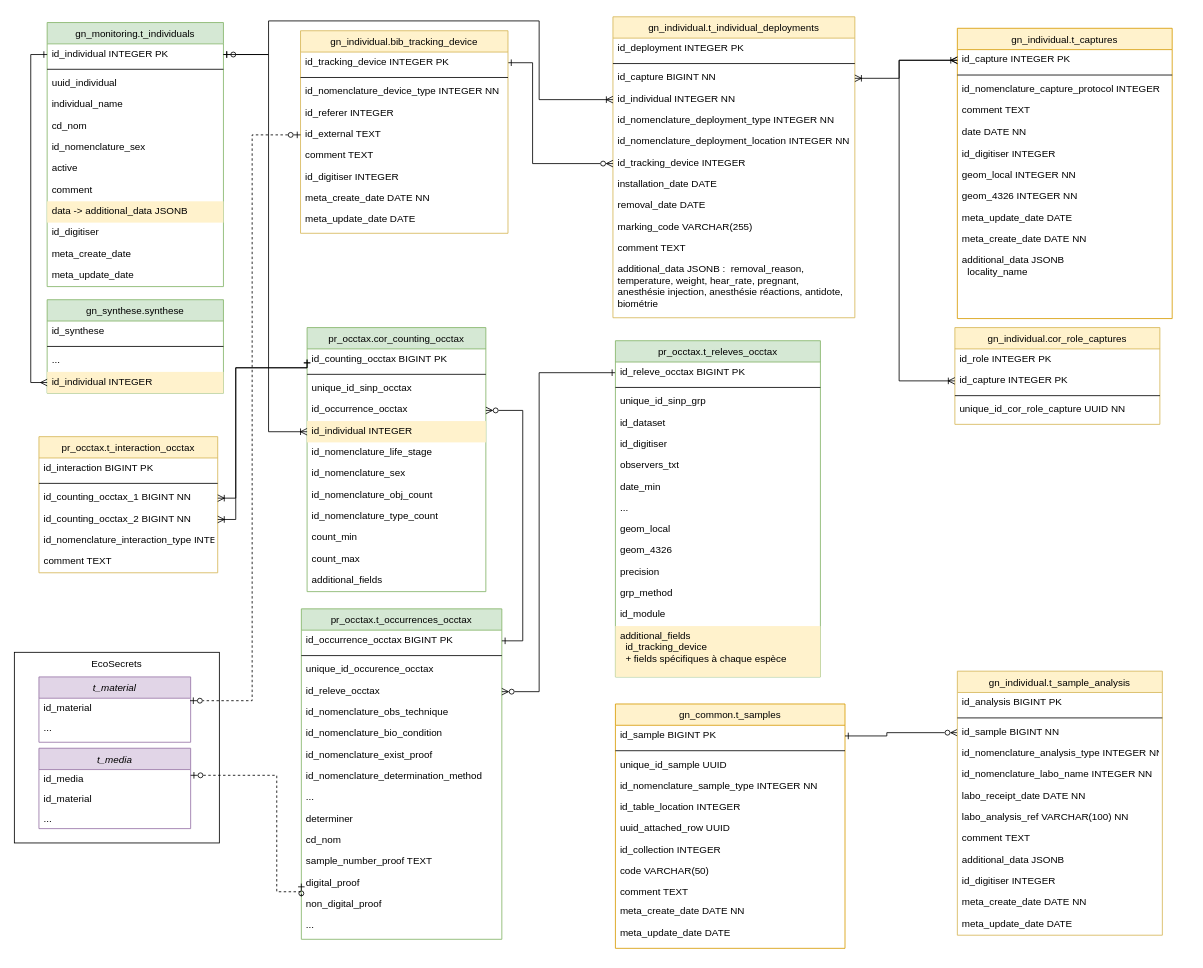
The draw.io diagram cahier-des-charges/MCD/V4-gn/gestion-individus_v4-3.drawio in PnVanoise/gestion-individus, before the edit. Source tidied: cells renumbered, new cells numbered last; positions are measured from the earlier drawing's top-left corner, leaving out a move shared by most shapes. Both pictures are drawn from the tidied source at 82%, with x=0, y=0 at pixel (14, 16).
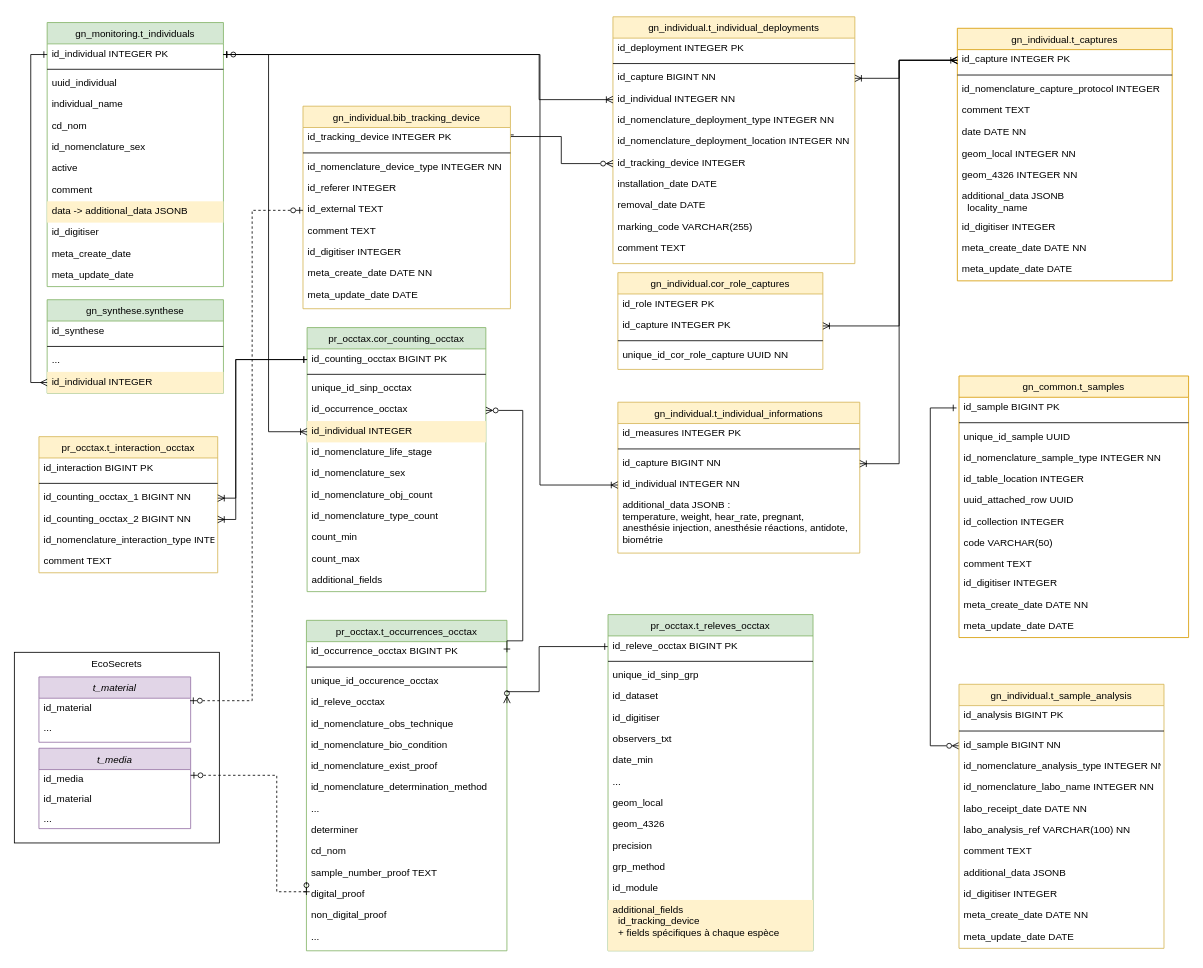
The same page after the edit.

Commit message (it also covers changes not shown here):
doc: update individuals and samples data model descriptions

Unchanged cells that the change refers to:
```xml
<mxCell id="3" value="id_counting_occtax BIGINT PK" style="shape=partialRectangle;top=0;left=0;right=0;bottom=0;align=left;verticalAlign=top;spacingTop=-2;fillColor=none;spacingLeft=4;spacingRight=4;overflow=hidden;points=[[0,0.5],[1,0.5]];portConstraint=eastwest;fontStyle=0;textShadow=0;" parent="2" vertex="1">
  <mxGeometry y="26" width="218" height="26" as="geometry" />
</mxCell>
<mxCell id="16" value="id_individual INTEGER PK" style="shape=partialRectangle;top=0;left=0;right=0;bottom=0;align=left;verticalAlign=top;spacingTop=-2;fillColor=none;spacingLeft=4;spacingRight=4;overflow=hidden;points=[[0,0.5],[1,0.5]];portConstraint=eastwest;fontStyle=0;textShadow=0;" parent="15" vertex="1">
  <mxGeometry y="26" width="215" height="26" as="geometry" />
</mxCell>
<mxCell id="32" value="id_releve_occtax" style="shape=partialRectangle;top=0;left=0;right=0;bottom=0;align=left;verticalAlign=top;spacingTop=-2;fillColor=none;spacingLeft=4;spacingRight=4;overflow=hidden;points=[[0,0.5],[1,0.5]];portConstraint=eastwest;fontStyle=0;textShadow=0;" parent="28" vertex="1">
  <mxGeometry y="88" width="244.5" height="26" as="geometry" />
</mxCell>
<mxCell id="46" value="id_capture INTEGER PK" style="shape=partialRectangle;top=0;left=0;right=0;bottom=0;align=left;verticalAlign=top;spacingTop=-2;fillColor=none;spacingLeft=4;spacingRight=4;overflow=hidden;points=[[0,0.5],[1,0.5]];portConstraint=eastwest;strokeColor=default;fontColor=light-dark(#000000, #da5876);fontStyle=0;textShadow=0;shadow=0;" parent="45" vertex="1">
  <mxGeometry y="26" width="262" height="26" as="geometry" />
</mxCell>
<mxCell id="58" value="id_sample BIGINT PK" style="shape=partialRectangle;top=0;left=0;right=0;bottom=0;align=left;verticalAlign=top;spacingTop=-2;fillColor=none;spacingLeft=4;spacingRight=4;overflow=hidden;points=[[0,0.5],[1,0.5]];portConstraint=eastwest;strokeColor=#d6b656;fontStyle=0;textShadow=0;" parent="57" vertex="1">
  <mxGeometry y="26" width="280" height="26" as="geometry" />
</mxCell>
<mxCell id="74" value="id_individual INTEGER NN" style="shape=partialRectangle;top=0;left=0;right=0;bottom=0;align=left;verticalAlign=top;spacingTop=-2;fillColor=none;spacingLeft=4;spacingRight=4;overflow=hidden;points=[[0,0.5],[1,0.5]];portConstraint=eastwest;textShadow=0;fontStyle=0;" parent="70" vertex="1">
  <mxGeometry y="88" width="295" height="26" as="geometry" />
</mxCell>
<mxCell id="77" value="id_tracking_device INTEGER" style="shape=partialRectangle;top=0;left=0;right=0;bottom=0;align=left;verticalAlign=top;spacingTop=-2;fillColor=none;spacingLeft=4;spacingRight=4;overflow=hidden;points=[[0,0.5],[1,0.5]];portConstraint=eastwest;textShadow=0;fontStyle=0;labelBorderColor=none;" parent="70" vertex="1">
  <mxGeometry y="166" width="295" height="26" as="geometry" />
</mxCell>
<mxCell id="94" value="id_material" style="shape=partialRectangle;top=0;left=0;right=0;bottom=0;align=left;verticalAlign=top;spacingTop=-2;fillColor=none;spacingLeft=4;spacingRight=4;overflow=hidden;points=[[0,0.5],[1,0.5]];portConstraint=eastwest;fontColor=light-dark(#000000, #da5876);" parent="93" vertex="1">
  <mxGeometry y="26" width="185" height="24" as="geometry" />
</mxCell>
<mxCell id="99" value="id_tracking_device INTEGER PK" style="shape=partialRectangle;top=0;left=0;right=0;bottom=0;align=left;verticalAlign=top;spacingTop=-2;fillColor=none;spacingLeft=4;spacingRight=4;overflow=hidden;points=[[0,0.5],[1,0.5]];portConstraint=eastwest;fontStyle=0;textShadow=0;" parent="98" vertex="1">
  <mxGeometry y="26" width="253" height="26" as="geometry" />
</mxCell>
<mxCell id="103" value="id_external TEXT" style="shape=partialRectangle;top=0;left=0;right=0;bottom=0;align=left;verticalAlign=top;spacingTop=-2;fillColor=none;spacingLeft=4;spacingRight=4;overflow=hidden;points=[[0,0.5],[1,0.5]];portConstraint=eastwest;fontStyle=0;textShadow=0;" parent="98" vertex="1">
  <mxGeometry y="114" width="253" height="26" as="geometry" />
</mxCell>
<mxCell id="112" value="id_counting_occtax_1 BIGINT NN" style="shape=partialRectangle;top=0;left=0;right=0;bottom=0;align=left;verticalAlign=top;spacingTop=-2;fillColor=none;spacingLeft=4;spacingRight=4;overflow=hidden;points=[[0,0.5],[1,0.5]];portConstraint=eastwest;fontStyle=0;textShadow=0;" parent="109" vertex="1">
  <mxGeometry y="62" width="218" height="26" as="geometry" />
</mxCell>
<mxCell id="113" value="id_counting_occtax_2 BIGINT NN" style="shape=partialRectangle;top=0;left=0;right=0;bottom=0;align=left;verticalAlign=top;spacingTop=-2;fillColor=none;spacingLeft=4;spacingRight=4;overflow=hidden;points=[[0,0.5],[1,0.5]];portConstraint=eastwest;fontStyle=0;textShadow=0;" parent="109" vertex="1">
  <mxGeometry y="88" width="218" height="26" as="geometry" />
</mxCell>
<mxCell id="126" value="id_capture INTEGER PK" style="shape=partialRectangle;top=0;left=0;right=0;bottom=0;align=left;verticalAlign=top;spacingTop=-2;fillColor=none;spacingLeft=4;spacingRight=4;overflow=hidden;points=[[0,0.5],[1,0.5]];portConstraint=eastwest;fontStyle=0;textShadow=0;" parent="124" vertex="1">
  <mxGeometry y="52" width="250" height="26" as="geometry" />
</mxCell>
<mxCell id="133" value="id_sample BIGINT NN" style="shape=partialRectangle;top=0;left=0;right=0;bottom=0;align=left;verticalAlign=top;spacingTop=-2;fillColor=none;spacingLeft=4;spacingRight=4;overflow=hidden;points=[[0,0.5],[1,0.5]];portConstraint=eastwest;strokeColor=#d6b656;fontStyle=0;" parent="130" vertex="1">
  <mxGeometry y="62" width="250" height="26" as="geometry" />
</mxCell>
<mxCell id="144" value="id_releve_occtax BIGINT PK" style="shape=partialRectangle;top=0;left=0;right=0;bottom=0;align=left;verticalAlign=top;spacingTop=-2;fillColor=none;spacingLeft=4;spacingRight=4;overflow=hidden;points=[[0,0.5],[1,0.5]];portConstraint=eastwest;fontStyle=0;textShadow=0;" parent="143" vertex="1">
  <mxGeometry y="26" width="250" height="26" as="geometry" />
</mxCell>
```

Change to the diagram source:
```diff
@@
     <mxCell id="28" value="pr_occtax.t_occurrences_occtax" style="swimlane;fontStyle=0;horizontal=1;startSize=26;fillColor=#d5e8d4;swimlaneFillColor=default;align=center;strokeColor=#82b366;" parent="1" vertex="1">
-      <mxGeometry x="350" y="722" width="244.5" height="403" as="geometry" />
+      <mxGeometry x="356.2" y="736" width="244.5" height="403" as="geometry" />
     </mxCell>
@@
     <mxCell id="45" value="gn_individual.t_captures" style="swimlane;fontStyle=0;horizontal=1;startSize=26;fillColor=#FFF2CC;swimlaneFillColor=default;align=center;strokeColor=#d79b00;" parent="1" vertex="1">
-      <mxGeometry x="1150" y="14" width="262" height="354" as="geometry" />
+      <mxGeometry x="1150" y="14" width="262" height="308" as="geometry" />
     </mxCell>
@@
-    <mxCell id="51" value="id_digitiser INTEGER" style="shape=partialRectangle;top=0;left=0;right=0;bottom=0;align=left;verticalAlign=top;spacingTop=-2;fillColor=none;spacingLeft=4;spacingRight=4;overflow=hidden;fontStyle=0;textShadow=0;" parent="45" vertex="1">
-      <mxGeometry y="141" width="262" height="26" as="geometry" />
-    </mxCell>
     <mxCell id="52" value="geom_local INTEGER NN" style="shape=partialRectangle;top=0;left=0;right=0;bottom=0;align=left;verticalAlign=top;spacingTop=-2;fillColor=none;spacingLeft=4;spacingRight=4;overflow=hidden;fontStyle=0;textShadow=0;" parent="45" vertex="1">
-      <mxGeometry y="167" width="262" height="26" as="geometry" />
+      <mxGeometry y="141" width="262" height="26" as="geometry" />
     </mxCell>
     <mxCell id="53" value="geom_4326 INTEGER NN" style="shape=partialRectangle;top=0;left=0;right=0;bottom=0;align=left;verticalAlign=top;spacingTop=-2;fillColor=none;spacingLeft=4;spacingRight=4;overflow=hidden;fontStyle=0;textShadow=0;" parent="45" vertex="1">
-      <mxGeometry y="193" width="262" height="26" as="geometry" />
+      <mxGeometry y="167" width="262" height="26" as="geometry" />
     </mxCell>
+    <mxCell id="56" value="additional_data JSONB&#10;  locality_name&#10;  " style="shape=partialRectangle;top=0;left=0;right=0;bottom=0;align=left;verticalAlign=top;spacingTop=-2;fillColor=none;spacingLeft=4;spacingRight=4;overflow=hidden;" parent="45" vertex="1">
+      <mxGeometry y="193" width="262" height="37" as="geometry" />
+    </mxCell>
+    <mxCell id="51" value="id_digitiser INTEGER" style="shape=partialRectangle;top=0;left=0;right=0;bottom=0;align=left;verticalAlign=top;spacingTop=-2;fillColor=none;spacingLeft=4;spacingRight=4;overflow=hidden;fontStyle=0;textShadow=0;" parent="45" vertex="1">
+      <mxGeometry y="230" width="262" height="26" as="geometry" />
+    </mxCell>
+    <mxCell id="55" value="meta_create_date DATE NN" style="shape=partialRectangle;top=0;left=0;right=0;bottom=0;align=left;verticalAlign=top;spacingTop=-2;fillColor=none;spacingLeft=4;spacingRight=4;overflow=hidden;" parent="45" vertex="1">
+      <mxGeometry y="256" width="262" height="26" as="geometry" />
+    </mxCell>
     <mxCell id="54" value="meta_update_date DATE" style="shape=partialRectangle;top=0;left=0;right=0;bottom=0;align=left;verticalAlign=top;spacingTop=-2;fillColor=none;spacingLeft=4;spacingRight=4;overflow=hidden;" parent="45" vertex="1">
-      <mxGeometry y="219" width="262" height="26" as="geometry" />
+      <mxGeometry y="282" width="262" height="26" as="geometry" />
     </mxCell>
-    <mxCell id="55" value="meta_create_date DATE NN" style="shape=partialRectangle;top=0;left=0;right=0;bottom=0;align=left;verticalAlign=top;spacingTop=-2;fillColor=none;spacingLeft=4;spacingRight=4;overflow=hidden;" parent="45" vertex="1">
-      <mxGeometry y="245" width="262" height="26" as="geometry" />
-    </mxCell>
-    <mxCell id="56" value="additional_data JSONB&#10;  locality_name&#10;  " style="shape=partialRectangle;top=0;left=0;right=0;bottom=0;align=left;verticalAlign=top;spacingTop=-2;fillColor=none;spacingLeft=4;spacingRight=4;overflow=hidden;" parent="45" vertex="1">
-      <mxGeometry y="271" width="262" height="69" as="geometry" />
-    </mxCell>
     <mxCell id="57" value="gn_common.t_samples" style="swimlane;fontStyle=0;horizontal=1;startSize=26;fillColor=#FFF2CC;swimlaneFillColor=default;align=center;strokeColor=#d79b00;" parent="1" vertex="1">
-      <mxGeometry x="733" y="838" width="280" height="298" as="geometry" />
+      <mxGeometry x="1152" y="438" width="280" height="319" as="geometry" />
     </mxCell>
@@
+    <mxCell id="158" value="id_digitiser INTEGER" style="shape=partialRectangle;top=0;left=0;right=0;bottom=0;align=left;verticalAlign=top;spacingTop=-2;fillColor=none;spacingLeft=4;spacingRight=4;overflow=hidden;fontStyle=0;textShadow=0;" parent="57" vertex="1">
+      <mxGeometry y="241" width="280" height="26" as="geometry" />
+    </mxCell>
     <mxCell id="67" value="meta_create_date DATE NN" style="shape=partialRectangle;top=0;left=0;right=0;bottom=0;align=left;verticalAlign=top;spacingTop=-2;fillColor=none;spacingLeft=4;spacingRight=4;overflow=hidden;strokeColor=default;perimeterSpacing=0;fontStyle=0;" parent="57" vertex="1">
-      <mxGeometry y="241" width="280" height="26" as="geometry" />
+      <mxGeometry y="267" width="280" height="26" as="geometry" />
     </mxCell>
     <mxCell id="68" value="meta_update_date DATE" style="shape=partialRectangle;top=0;left=0;right=0;bottom=0;align=left;verticalAlign=top;spacingTop=-2;fillColor=none;spacingLeft=4;spacingRight=4;overflow=hidden;strokeColor=default;perimeterSpacing=0;fontStyle=0;" parent="57" vertex="1">
-      <mxGeometry y="267" width="280" height="26" as="geometry" />
+      <mxGeometry y="293" width="280" height="26" as="geometry" />
     </mxCell>
     <mxCell id="69" style="edgeStyle=orthogonalEdgeStyle;rounded=0;jettySize=auto;html=1;exitX=1;exitY=0.5;exitDx=0;exitDy=0;startArrow=ERzeroToMany;startFill=0;endArrow=ERone;endFill=0;entryX=0;entryY=0.5;entryDx=0;entryDy=0;" parent="1" edge="1" source="32" target="144">
       <mxGeometry relative="1" as="geometry">
         <Array as="points">
+          <mxPoint x="601" y="823" />
           <mxPoint x="640" y="823" />
-          <mxPoint x="640" y="434" />
+          <mxPoint x="640" y="768" />
         </Array>
       </mxGeometry>
     </mxCell>
     <mxCell id="70" value="gn_individual.t_individual_deployments" style="swimlane;fontStyle=0;horizontal=1;startSize=26;fillColor=#fff2cc;swimlaneFillColor=default;align=center;strokeColor=#d6b656;" parent="1" vertex="1">
-      <mxGeometry x="730" width="295" height="367" as="geometry" />
+      <mxGeometry x="730" width="295" height="301" as="geometry" />
     </mxCell>
@@
-    <mxCell id="82" value="additional_data JSONB :  removal_reason,&#10;temperature, weight, hear_rate, pregnant, &#10;anesthésie injection, anesthésie réactions, antidote,&#10;biométrie" style="shape=partialRectangle;top=0;left=0;right=0;bottom=0;align=left;verticalAlign=top;spacingTop=-2;fillColor=none;spacingLeft=4;spacingRight=4;overflow=hidden;" parent="70" vertex="1">
-      <mxGeometry y="296" width="295" height="66" as="geometry" />
-    </mxCell>
@@
     <mxCell id="84" style="edgeStyle=orthogonalEdgeStyle;rounded=0;jettySize=auto;html=1;exitX=0;exitY=0.5;exitDx=0;exitDy=0;endArrow=ERone;endFill=0;startArrow=ERoneToMany;startFill=0;entryX=1;entryY=0.5;entryDx=0;entryDy=0;" parent="1" edge="1" source="74" target="16">
       <mxGeometry relative="1" as="geometry">
         <Array as="points">
           <mxPoint x="640" y="101" />
-          <mxPoint x="640" y="5" />
-          <mxPoint x="310" y="5" />
-          <mxPoint x="310" y="46" />
+          <mxPoint x="640" y="46" />
         </Array>
       </mxGeometry>
     </mxCell>
-    <mxCell id="85" style="edgeStyle=orthogonalEdgeStyle;rounded=0;jettySize=auto;html=1;startArrow=ERzeroToMany;startFill=0;endArrow=ERone;endFill=0;entryX=1;entryY=0.5;entryDx=0;entryDy=0;exitX=0;exitY=0.5;exitDx=0;exitDy=0;" parent="1" edge="1" source="133" target="58">
+    <mxCell id="85" style="edgeStyle=orthogonalEdgeStyle;rounded=0;jettySize=auto;html=1;startArrow=ERzeroToMany;startFill=0;endArrow=ERone;endFill=0;exitX=0;exitY=0.5;exitDx=0;exitDy=0;" parent="1" edge="1" source="133">
       <mxGeometry relative="1" as="geometry">
+        <mxPoint x="1149" y="477" as="targetPoint" />
         <Array as="points">
-          <mxPoint x="1064" y="873" />
-          <mxPoint x="1064" y="877" />
+          <mxPoint x="1117" y="889" />
+          <mxPoint x="1117" y="477" />
         </Array>
       </mxGeometry>
     </mxCell>
     <mxCell id="86" style="edgeStyle=orthogonalEdgeStyle;rounded=0;jettySize=auto;html=1;exitX=0;exitY=0.5;exitDx=0;exitDy=0;entryX=1;entryY=0.5;entryDx=0;entryDy=0;endArrow=ERone;endFill=0;startArrow=ERzeroToMany;startFill=0;" parent="1" edge="1" source="77" target="99">
       <mxGeometry relative="1" as="geometry">
         <Array as="points">
-          <mxPoint x="632" y="179" />
-          <mxPoint x="632" y="56" />
+          <mxPoint x="667" y="179" />
+          <mxPoint x="667" y="146" />
+          <mxPoint x="605" y="146" />
         </Array>
       </mxGeometry>
     </mxCell>
@@
     <mxCell id="98" value="gn_individual.bib_tracking_device" style="swimlane;fontStyle=0;horizontal=1;startSize=26;fillColor=#fff2cc;swimlaneFillColor=default;align=center;strokeColor=#d6b656;" parent="1" vertex="1">
-      <mxGeometry x="349" y="17" width="253" height="247" as="geometry" />
+      <mxGeometry x="352" y="109" width="253" height="247" as="geometry" />
     </mxCell>
@@
     <mxCell id="108" style="edgeStyle=orthogonalEdgeStyle;rounded=0;jettySize=auto;html=1;dashed=1;endArrow=ERzeroToOne;endFill=0;startArrow=ERzeroToOne;startFill=0;exitX=0;exitY=0.5;exitDx=0;exitDy=0;entryX=0.996;entryY=0.125;entryDx=0;entryDy=0;entryPerimeter=0;" parent="1" edge="1" source="103" target="94">
       <mxGeometry relative="1" as="geometry">
         <Array as="points">
-          <mxPoint x="290" y="144" />
+          <mxPoint x="290" y="236" />
           <mxPoint x="290" y="834" />
         </Array>
       </mxGeometry>
     </mxCell>
@@
     <mxCell id="116" style="edgeStyle=orthogonalEdgeStyle;rounded=0;jettySize=auto;html=1;entryX=0;entryY=0.5;entryDx=0;entryDy=0;startArrow=ERoneToMany;startFill=0;endArrow=ERone;endFill=0;exitX=1;exitY=0.5;exitDx=0;exitDy=0;" parent="1" edge="1" source="112" target="3">
       <mxGeometry relative="1" as="geometry">
         <Array as="points">
           <mxPoint x="270" y="587" />
-          <mxPoint x="270" y="428" />
+          <mxPoint x="270" y="418" />
         </Array>
       </mxGeometry>
     </mxCell>
     <mxCell id="117" style="edgeStyle=orthogonalEdgeStyle;rounded=0;jettySize=auto;html=1;entryX=0;entryY=0.5;entryDx=0;entryDy=0;startArrow=ERoneToMany;startFill=0;endArrow=ERone;endFill=0;exitX=1;exitY=0.5;exitDx=0;exitDy=0;" parent="1" edge="1" source="113" target="3">
       <mxGeometry relative="1" as="geometry">
         <Array as="points">
           <mxPoint x="270" y="613" />
-          <mxPoint x="270" y="428" />
+          <mxPoint x="270" y="418" />
         </Array>
       </mxGeometry>
     </mxCell>
@@
     <mxCell id="124" value="gn_individual.cor_role_captures" style="swimlane;fontStyle=0;horizontal=1;startSize=26;fillColor=#fff2cc;swimlaneFillColor=default;align=center;strokeColor=#d6b656;" parent="1" vertex="1">
-      <mxGeometry x="1147" y="379" width="250" height="118" as="geometry" />
+      <mxGeometry x="736" y="312" width="250" height="118" as="geometry" />
     </mxCell>
@@
-    <mxCell id="129" style="edgeStyle=orthogonalEdgeStyle;rounded=0;jettySize=auto;html=1;entryX=0;entryY=0.5;entryDx=0;entryDy=0;startArrow=ERoneToMany;startFill=0;endArrow=ERoneToMany;endFill=0;exitX=0;exitY=0.5;exitDx=0;exitDy=0;" parent="1" edge="1" source="46" target="126">
+    <mxCell id="129" style="edgeStyle=orthogonalEdgeStyle;rounded=0;jettySize=auto;html=1;entryX=1;entryY=0.5;entryDx=0;entryDy=0;startArrow=ERoneToMany;startFill=0;endArrow=ERoneToMany;endFill=0;exitX=0;exitY=0.5;exitDx=0;exitDy=0;" parent="1" edge="1" source="46" target="126">
       <mxGeometry relative="1" as="geometry">
         <Array as="points">
           <mxPoint x="1079" y="53" />
-          <mxPoint x="1079" y="444" />
+          <mxPoint x="1079" y="377" />
         </Array>
       </mxGeometry>
     </mxCell>
     <mxCell id="130" value="gn_individual.t_sample_analysis" style="swimlane;fontStyle=0;horizontal=1;startSize=26;fillColor=#fff2cc;swimlaneFillColor=default;align=center;strokeColor=#d6b656;" parent="1" vertex="1">
-      <mxGeometry x="1150" y="798" width="250" height="322" as="geometry" />
+      <mxGeometry x="1152" y="814" width="250" height="322" as="geometry" />
     </mxCell>
@@
     <mxCell id="143" value="pr_occtax.t_releves_occtax" style="swimlane;fontStyle=0;horizontal=1;startSize=26;fillColor=#d5e8d4;swimlaneFillColor=default;align=center;strokeColor=#82b366;" parent="1" vertex="1">
-      <mxGeometry x="733" y="395" width="250" height="410" as="geometry" />
+      <mxGeometry x="724" y="729" width="250" height="410" as="geometry" />
     </mxCell>
@@
+    <mxCell id="159" value="gn_individual.t_individual_informations" style="swimlane;fontStyle=0;horizontal=1;startSize=26;fillColor=#fff2cc;swimlaneFillColor=default;align=center;strokeColor=#d6b656;" parent="1" vertex="1">
+      <mxGeometry x="736" y="470" width="295" height="184" as="geometry" />
+    </mxCell>
+    <mxCell id="160" value="id_measures INTEGER PK" style="shape=partialRectangle;top=0;left=0;right=0;bottom=0;align=left;verticalAlign=top;spacingTop=-2;fillColor=none;spacingLeft=4;spacingRight=4;overflow=hidden;textShadow=0;fontStyle=0;" parent="159" vertex="1">
+      <mxGeometry y="26" width="295" height="26" as="geometry" />
+    </mxCell>
+    <mxCell id="161" style="line;strokeWidth=1;html=1;" parent="159" vertex="1">
+      <mxGeometry y="52" width="295" height="10" as="geometry" />
+    </mxCell>
+    <mxCell id="162" value="id_capture BIGINT NN" style="shape=partialRectangle;top=0;left=0;right=0;bottom=0;align=left;verticalAlign=top;spacingTop=-2;fillColor=none;spacingLeft=4;spacingRight=4;overflow=hidden;points=[[0,0.5],[1,0.5]];portConstraint=eastwest;textShadow=0;fontStyle=0;" parent="159" vertex="1">
+      <mxGeometry y="62" width="295" height="26" as="geometry" />
+    </mxCell>
+    <mxCell id="163" value="id_individual INTEGER NN" style="shape=partialRectangle;top=0;left=0;right=0;bottom=0;align=left;verticalAlign=top;spacingTop=-2;fillColor=none;spacingLeft=4;spacingRight=4;overflow=hidden;points=[[0,0.5],[1,0.5]];portConstraint=eastwest;textShadow=0;fontStyle=0;" parent="159" vertex="1">
+      <mxGeometry y="88" width="295" height="26" as="geometry" />
+    </mxCell>
+    <mxCell id="164" value="additional_data JSONB :&#10;temperature, weight, hear_rate, pregnant, &#10;anesthésie injection, anesthésie réactions, antidote,&#10;biométrie" style="shape=partialRectangle;top=0;left=0;right=0;bottom=0;align=left;verticalAlign=top;spacingTop=-2;fillColor=none;spacingLeft=4;spacingRight=4;overflow=hidden;" parent="159" vertex="1">
+      <mxGeometry y="114" width="295" height="66" as="geometry" />
+    </mxCell>
+    <mxCell id="165" style="edgeStyle=orthogonalEdgeStyle;rounded=0;jettySize=auto;html=1;endArrow=ERone;endFill=0;startArrow=ERoneToMany;startFill=0;" parent="1" edge="1" source="163" target="16">
+      <mxGeometry relative="1" as="geometry">
+        <Array as="points">
+          <mxPoint x="641" y="571" />
+          <mxPoint x="641" y="46" />
+        </Array>
+      </mxGeometry>
+    </mxCell>
+    <mxCell id="166" style="edgeStyle=orthogonalEdgeStyle;rounded=0;jettySize=auto;html=1;endArrow=ERmany;endFill=0;startArrow=ERoneToMany;startFill=0;exitX=1;exitY=0.5;exitDx=0;exitDy=0;entryX=0;entryY=0.5;entryDx=0;entryDy=0;" parent="1" edge="1" source="162" target="46">
+      <mxGeometry relative="1" as="geometry">
+        <Array as="points">
+          <mxPoint x="1079" y="545" />
+          <mxPoint x="1079" y="53" />
+        </Array>
+      </mxGeometry>
+    </mxCell>
```
